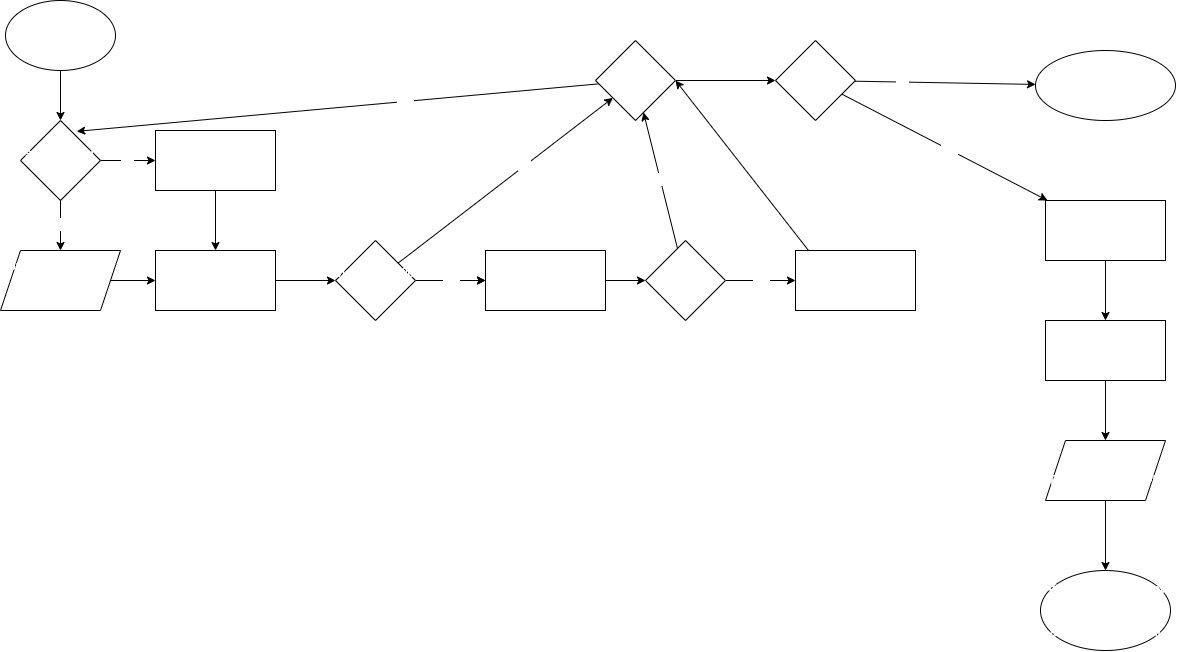
Above: explore/diagramming/diagram.drawio.png in vumary/fa22-cse110-lab4 (draw.io), before the change. Source tidied: cells renumbered, new cells last; positions are measured from the earlier drawing's top-left corner, leaving out a move shared by most shapes.
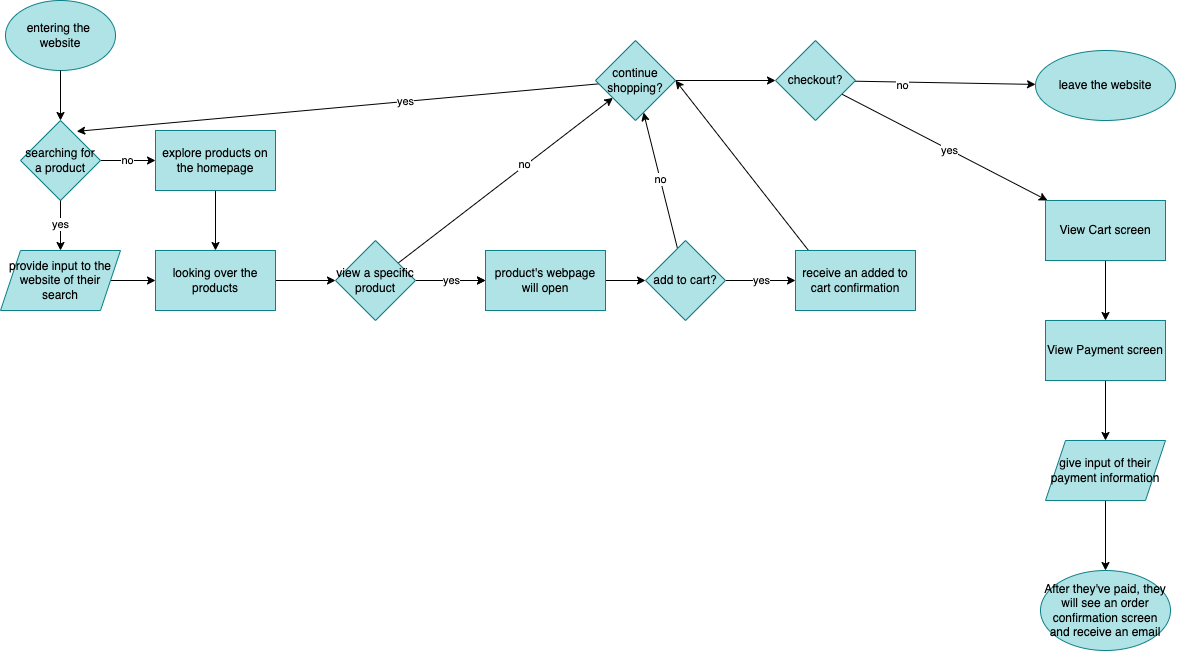
After the change.

Commit message:
fixed diagram so it's visable in light mode

The edit, as a diff of the source:
```diff
@@ -2,15 +2,15 @@
   <root>
     <mxCell id="0" />
     <mxCell id="1" parent="0" />
-    <mxCell id="2" value="no" style="edgeStyle=none;html=1;fontFamily=Helvetica;fontColor=#FFFFFF;" parent="1" edge="1" source="3">
+    <mxCell id="2" value="&lt;span style=&quot;background-color: rgb(255, 255, 255);&quot;&gt;&lt;font color=&quot;#000000&quot;&gt;no&lt;/font&gt;&lt;/span&gt;" style="edgeStyle=none;html=1;fontFamily=Helvetica;fontColor=#FFFFFF;" parent="1" edge="1" source="3">
       <mxGeometry relative="1" as="geometry">
         <mxPoint x="155" y="160" as="targetPoint" />
       </mxGeometry>
     </mxCell>
-    <mxCell id="3" value="&lt;font color=&quot;#ffffff&quot;&gt;searching for a product&lt;/font&gt;" style="rhombus;whiteSpace=wrap;html=1;fontFamily=Helvetica;fontColor=#000000;" parent="1" vertex="1">
+    <mxCell id="3" value="&lt;font color=&quot;#000000&quot;&gt;searching for a product&lt;/font&gt;" style="rhombus;whiteSpace=wrap;html=1;fontFamily=Helvetica;fillColor=#b0e3e6;strokeColor=#0e8088;" parent="1" vertex="1">
       <mxGeometry x="20" y="120" width="80" height="80" as="geometry" />
     </mxCell>
-    <mxCell id="4" value="&lt;font color=&quot;#ffffff&quot;&gt;entering the &lt;br&gt;website&lt;/font&gt;" style="ellipse;whiteSpace=wrap;html=1;fontFamily=Helvetica;fontColor=#000000;" parent="1" vertex="1">
+    <mxCell id="4" value="&lt;font color=&quot;#000000&quot;&gt;entering the &lt;br&gt;website&lt;/font&gt;" style="ellipse;whiteSpace=wrap;html=1;fontFamily=Helvetica;fillColor=#b0e3e6;strokeColor=#0e8088;" parent="1" vertex="1">
       <mxGeometry x="5" width="110" height="70" as="geometry" />
     </mxCell>
     <mxCell id="5" style="endArrow=classic;html=1;fontFamily=Helvetica;fontColor=#FFFFFF;entryX=0.5;entryY=0;entryDx=0;entryDy=0;" parent="1" edge="1" source="4" target="3">
@@ -19,22 +19,22 @@
     <mxCell id="6" style="edgeStyle=none;html=1;exitX=1;exitY=0.5;exitDx=0;exitDy=0;entryX=0;entryY=0.5;entryDx=0;entryDy=0;fontFamily=Helvetica;fontColor=#FFFFFF;" parent="1" edge="1" source="7" target="12">
       <mxGeometry relative="1" as="geometry" />
     </mxCell>
-    <mxCell id="7" value="provide input to the website of their search" style="shape=parallelogram;perimeter=parallelogramPerimeter;whiteSpace=wrap;html=1;fixedSize=1;fontFamily=Helvetica;fontColor=#FFFFFF;" parent="1" vertex="1">
+    <mxCell id="7" value="&lt;font color=&quot;#000000&quot;&gt;provide input to the website of their search&lt;/font&gt;" style="shape=parallelogram;perimeter=parallelogramPerimeter;whiteSpace=wrap;html=1;fixedSize=1;fontFamily=Helvetica;fillColor=#b0e3e6;strokeColor=#0e8088;" parent="1" vertex="1">
       <mxGeometry y="250" width="120" height="60" as="geometry" />
     </mxCell>
-    <mxCell id="8" value="yes" style="endArrow=classic;html=1;fontFamily=Helvetica;fontColor=#FFFFFF;exitX=0.5;exitY=1;exitDx=0;exitDy=0;entryX=0.5;entryY=0;entryDx=0;entryDy=0;" parent="1" edge="1" source="3" target="7">
+    <mxCell id="8" value="&lt;font style=&quot;background-color: rgb(255, 255, 255);&quot; color=&quot;#000000&quot;&gt;yes&lt;/font&gt;" style="endArrow=classic;html=1;fontFamily=Helvetica;fontColor=#FFFFFF;exitX=0.5;exitY=1;exitDx=0;exitDy=0;entryX=0.5;entryY=0;entryDx=0;entryDy=0;" parent="1" edge="1" source="3" target="7">
       <mxGeometry relative="1" as="geometry" />
     </mxCell>
     <mxCell id="9" style="edgeStyle=none;html=1;exitX=0.5;exitY=1;exitDx=0;exitDy=0;entryX=0.5;entryY=0;entryDx=0;entryDy=0;fontFamily=Helvetica;fontColor=#FFFFFF;" parent="1" edge="1" source="10" target="12">
       <mxGeometry relative="1" as="geometry" />
     </mxCell>
-    <mxCell id="10" value="explore products on the homepage" style="rounded=0;whiteSpace=wrap;html=1;fontFamily=Helvetica;fontColor=#FFFFFF;" parent="1" vertex="1">
+    <mxCell id="10" value="&lt;font color=&quot;#000000&quot;&gt;explore products on the homepage&lt;/font&gt;" style="rounded=0;whiteSpace=wrap;html=1;fontFamily=Helvetica;fillColor=#b0e3e6;strokeColor=#0e8088;" parent="1" vertex="1">
       <mxGeometry x="155" y="130" width="120" height="60" as="geometry" />
     </mxCell>
     <mxCell id="11" style="edgeStyle=none;html=1;fontFamily=Helvetica;fontColor=#FFFFFF;entryX=0;entryY=0.5;entryDx=0;entryDy=0;" parent="1" edge="1" source="12" target="28">
       <mxGeometry relative="1" as="geometry" />
     </mxCell>
-    <mxCell id="12" value="looking over the products" style="rounded=0;whiteSpace=wrap;html=1;fontFamily=Helvetica;fontColor=#FFFFFF;" parent="1" vertex="1">
+    <mxCell id="12" value="&lt;font color=&quot;#000000&quot;&gt;looking over the products&lt;/font&gt;" style="rounded=0;whiteSpace=wrap;html=1;fontFamily=Helvetica;fillColor=#b0e3e6;strokeColor=#0e8088;" parent="1" vertex="1">
       <mxGeometry x="155" y="250" width="120" height="60" as="geometry" />
     </mxCell>
     <mxCell id="13" style="edgeStyle=none;html=1;fontFamily=Helvetica;fontColor=#FFFFFF;" parent="1" edge="1" target="25">
@@ -42,88 +42,88 @@
         <mxPoint x="425" y="280" as="sourcePoint" />
       </mxGeometry>
     </mxCell>
-    <mxCell id="14" value="yes" style="edgeStyle=none;html=1;fontFamily=Helvetica;fontColor=#FFFFFF;exitX=1;exitY=0.5;exitDx=0;exitDy=0;" parent="1" edge="1" source="28" target="25">
+    <mxCell id="14" value="&lt;font style=&quot;background-color: rgb(255, 255, 255);&quot; color=&quot;#000000&quot;&gt;yes&lt;/font&gt;" style="edgeStyle=none;html=1;fontFamily=Helvetica;fontColor=#FFFFFF;exitX=1;exitY=0.5;exitDx=0;exitDy=0;" parent="1" edge="1" source="28" target="25">
       <mxGeometry relative="1" as="geometry" />
     </mxCell>
-    <mxCell id="15" value="yes" style="edgeStyle=none;html=1;fontFamily=Helvetica;fontColor=#FFFFFF;" parent="1" edge="1" source="17" target="19">
+    <mxCell id="15" value="&lt;font style=&quot;background-color: rgb(255, 255, 255);&quot; color=&quot;#000000&quot;&gt;yes&lt;/font&gt;" style="edgeStyle=none;html=1;fontFamily=Helvetica;fontColor=#FFFFFF;" parent="1" edge="1" source="17" target="19">
       <mxGeometry relative="1" as="geometry" />
     </mxCell>
-    <mxCell id="16" value="no" style="edgeStyle=none;html=1;fontFamily=Helvetica;fontColor=#FFFFFF;" parent="1" edge="1" source="17" target="23">
+    <mxCell id="16" value="&lt;font style=&quot;background-color: rgb(255, 255, 255);&quot; color=&quot;#000000&quot;&gt;no&lt;/font&gt;" style="edgeStyle=none;html=1;fontFamily=Helvetica;fontColor=#FFFFFF;" parent="1" edge="1" source="17" target="23">
       <mxGeometry relative="1" as="geometry" />
     </mxCell>
-    <mxCell id="17" value="add to cart?" style="rhombus;whiteSpace=wrap;html=1;fontColor=#FFFFFF;rounded=0;" parent="1" vertex="1">
+    <mxCell id="17" value="&lt;font color=&quot;#000000&quot;&gt;add to cart?&lt;/font&gt;" style="rhombus;whiteSpace=wrap;html=1;rounded=0;fillColor=#b0e3e6;strokeColor=#0e8088;" parent="1" vertex="1">
       <mxGeometry x="645" y="240" width="80" height="80" as="geometry" />
     </mxCell>
     <mxCell id="18" style="edgeStyle=none;html=1;exitX=0.5;exitY=1;exitDx=0;exitDy=0;entryX=1;entryY=0.5;entryDx=0;entryDy=0;fontFamily=Helvetica;fontColor=#FFFFFF;" parent="1" edge="1" source="19" target="23">
       <mxGeometry relative="1" as="geometry" />
     </mxCell>
-    <mxCell id="19" value="receive an added to cart confirmation" style="whiteSpace=wrap;html=1;fontColor=#FFFFFF;rounded=0;" parent="1" vertex="1">
+    <mxCell id="19" value="&lt;font color=&quot;#000000&quot;&gt;receive an added to cart confirmation&lt;/font&gt;" style="whiteSpace=wrap;html=1;rounded=0;fillColor=#b0e3e6;strokeColor=#0e8088;" parent="1" vertex="1">
       <mxGeometry x="795" y="250" width="120" height="60" as="geometry" />
     </mxCell>
     <mxCell id="20" style="edgeStyle=none;html=1;entryX=0.703;entryY=0.136;entryDx=0;entryDy=0;entryPerimeter=0;fontFamily=Helvetica;fontColor=#FFFFFF;" parent="1" edge="1" source="23" target="3">
       <mxGeometry relative="1" as="geometry" />
     </mxCell>
-    <mxCell id="21" value="yes" style="edgeLabel;html=1;align=center;verticalAlign=middle;fontFamily=Helvetica;fontColor=#FFFFFF;" parent="20" vertex="1">
+    <mxCell id="21" value="&lt;font style=&quot;background-color: rgb(255, 255, 255);&quot; color=&quot;#000000&quot;&gt;yes&lt;/font&gt;" style="edgeLabel;html=1;align=center;verticalAlign=middle;fontFamily=Helvetica;fontColor=#FFFFFF;" parent="20" vertex="1">
       <mxGeometry x="-0.26" y="-1" relative="1" as="geometry" />
     </mxCell>
     <mxCell id="22" style="edgeStyle=none;html=1;fontFamily=Helvetica;fontColor=#FFFFFF;" parent="1" edge="1" source="23" target="33">
       <mxGeometry relative="1" as="geometry" />
     </mxCell>
-    <mxCell id="23" value="continue shopping?" style="rhombus;whiteSpace=wrap;html=1;fontColor=#FFFFFF;rounded=0;" parent="1" vertex="1">
+    <mxCell id="23" value="&lt;font color=&quot;#000000&quot;&gt;continue shopping?&lt;/font&gt;" style="rhombus;whiteSpace=wrap;html=1;rounded=0;fillColor=#b0e3e6;strokeColor=#0e8088;" parent="1" vertex="1">
       <mxGeometry x="595" y="40" width="80" height="80" as="geometry" />
     </mxCell>
     <mxCell id="24" style="edgeStyle=none;html=1;entryX=0;entryY=0.5;entryDx=0;entryDy=0;fontFamily=Helvetica;fontColor=#FFFFFF;" parent="1" edge="1" source="25" target="17">
       <mxGeometry relative="1" as="geometry" />
     </mxCell>
-    <mxCell id="25" value="product's webpage will open" style="whiteSpace=wrap;html=1;fontColor=#FFFFFF;rounded=0;" parent="1" vertex="1">
+    <mxCell id="25" value="&lt;font color=&quot;#000000&quot;&gt;product's webpage will open&lt;/font&gt;" style="whiteSpace=wrap;html=1;rounded=0;fillColor=#b0e3e6;strokeColor=#0e8088;" parent="1" vertex="1">
       <mxGeometry x="485" y="250" width="120" height="60" as="geometry" />
     </mxCell>
     <mxCell id="26" style="edgeStyle=none;html=1;fontFamily=Helvetica;fontColor=#FFFFFF;" parent="1" edge="1" source="28" target="23">
       <mxGeometry relative="1" as="geometry" />
     </mxCell>
-    <mxCell id="27" value="no" style="edgeLabel;html=1;align=center;verticalAlign=middle;fontFamily=Helvetica;fontColor=#FFFFFF;" parent="26" vertex="1">
+    <mxCell id="27" value="&lt;font style=&quot;background-color: rgb(255, 255, 255);&quot; color=&quot;#000000&quot;&gt;no&lt;/font&gt;" style="edgeLabel;html=1;align=center;verticalAlign=middle;fontFamily=Helvetica;fontColor=#FFFFFF;" parent="26" vertex="1">
       <mxGeometry x="0.19" y="3" relative="1" as="geometry" />
     </mxCell>
-    <mxCell id="28" value="view a specific product" style="rhombus;whiteSpace=wrap;html=1;fontFamily=Helvetica;fontColor=#FFFFFF;" parent="1" vertex="1">
+    <mxCell id="28" value="&lt;font color=&quot;#000000&quot;&gt;view a specific product&lt;/font&gt;" style="rhombus;whiteSpace=wrap;html=1;fontFamily=Helvetica;fillColor=#b0e3e6;strokeColor=#0e8088;" parent="1" vertex="1">
       <mxGeometry x="335" y="240" width="80" height="80" as="geometry" />
     </mxCell>
     <mxCell id="29" style="edgeStyle=none;html=1;fontFamily=Helvetica;fontColor=#FFFFFF;" parent="1" edge="1" source="33" target="34">
       <mxGeometry relative="1" as="geometry" />
     </mxCell>
-    <mxCell id="30" value="no" style="edgeLabel;html=1;align=center;verticalAlign=middle;fontFamily=Helvetica;fontColor=#FFFFFF;" parent="29" vertex="1">
+    <mxCell id="30" value="&lt;font style=&quot;background-color: rgb(255, 255, 255);&quot; color=&quot;#000000&quot;&gt;no&lt;/font&gt;" style="edgeLabel;html=1;align=center;verticalAlign=middle;fontFamily=Helvetica;fontColor=#FFFFFF;" parent="29" vertex="1">
       <mxGeometry x="-0.48" y="-2" relative="1" as="geometry" />
     </mxCell>
     <mxCell id="31" style="edgeStyle=none;html=1;fontFamily=Helvetica;fontColor=#FFFFFF;" parent="1" edge="1" source="33" target="36">
       <mxGeometry relative="1" as="geometry" />
     </mxCell>
-    <mxCell id="32" value="yes" style="edgeLabel;html=1;align=center;verticalAlign=middle;fontFamily=Helvetica;fontColor=#FFFFFF;" parent="31" vertex="1">
+    <mxCell id="32" value="&lt;font style=&quot;background-color: rgb(255, 255, 255);&quot; color=&quot;#000000&quot;&gt;yes&lt;/font&gt;" style="edgeLabel;html=1;align=center;verticalAlign=middle;fontFamily=Helvetica;fontColor=#FFFFFF;" parent="31" vertex="1">
       <mxGeometry x="0.03" relative="1" as="geometry" />
     </mxCell>
-    <mxCell id="33" value="checkout?" style="rhombus;whiteSpace=wrap;html=1;fontColor=#FFFFFF;rounded=0;" parent="1" vertex="1">
+    <mxCell id="33" value="&lt;font color=&quot;#000000&quot;&gt;checkout?&lt;/font&gt;" style="rhombus;whiteSpace=wrap;html=1;rounded=0;fillColor=#b0e3e6;strokeColor=#0e8088;" parent="1" vertex="1">
       <mxGeometry x="775" y="40" width="80" height="80" as="geometry" />
     </mxCell>
-    <mxCell id="34" value="leave the website" style="ellipse;whiteSpace=wrap;html=1;fontColor=#FFFFFF;rounded=0;" parent="1" vertex="1">
+    <mxCell id="34" value="&lt;font color=&quot;#000000&quot;&gt;leave the website&lt;/font&gt;" style="ellipse;whiteSpace=wrap;html=1;rounded=0;fillColor=#b0e3e6;strokeColor=#0e8088;" parent="1" vertex="1">
       <mxGeometry x="1035" y="50" width="140" height="70" as="geometry" />
     </mxCell>
     <mxCell id="35" style="edgeStyle=none;html=1;fontFamily=Helvetica;fontColor=#FFFFFF;" parent="1" edge="1" source="36" target="38">
       <mxGeometry relative="1" as="geometry" />
     </mxCell>
-    <mxCell id="36" value="View Cart screen" style="whiteSpace=wrap;html=1;fontColor=#FFFFFF;rounded=0;" parent="1" vertex="1">
+    <mxCell id="36" value="&lt;font color=&quot;#000000&quot;&gt;View Cart screen&lt;/font&gt;" style="whiteSpace=wrap;html=1;rounded=0;fillColor=#b0e3e6;strokeColor=#0e8088;" parent="1" vertex="1">
       <mxGeometry x="1045" y="200" width="120" height="60" as="geometry" />
     </mxCell>
     <mxCell id="37" style="edgeStyle=none;html=1;fontFamily=Helvetica;fontColor=#FFFFFF;" parent="1" edge="1" source="38" target="40">
       <mxGeometry relative="1" as="geometry" />
     </mxCell>
-    <mxCell id="38" value="View Payment screen" style="whiteSpace=wrap;html=1;fontColor=#FFFFFF;rounded=0;" parent="1" vertex="1">
+    <mxCell id="38" value="&lt;font color=&quot;#000000&quot;&gt;View Payment screen&lt;/font&gt;" style="whiteSpace=wrap;html=1;rounded=0;fillColor=#b0e3e6;strokeColor=#0e8088;" parent="1" vertex="1">
       <mxGeometry x="1045" y="320" width="120" height="60" as="geometry" />
     </mxCell>
     <mxCell id="39" style="edgeStyle=none;html=1;fontFamily=Helvetica;fontColor=#FFFFFF;" parent="1" edge="1" source="40" target="41">
       <mxGeometry relative="1" as="geometry" />
     </mxCell>
-    <mxCell id="40" value="give input of their payment information" style="shape=parallelogram;perimeter=parallelogramPerimeter;whiteSpace=wrap;html=1;fixedSize=1;fontFamily=Helvetica;fontColor=#FFFFFF;" parent="1" vertex="1">
+    <mxCell id="40" value="&lt;font color=&quot;#000000&quot;&gt;give input of their payment information&lt;/font&gt;" style="shape=parallelogram;perimeter=parallelogramPerimeter;whiteSpace=wrap;html=1;fixedSize=1;fontFamily=Helvetica;fillColor=#b0e3e6;strokeColor=#0e8088;" parent="1" vertex="1">
       <mxGeometry x="1045" y="440" width="120" height="60" as="geometry" />
     </mxCell>
-    <mxCell id="41" value="After they've paid, they will see an order confirmation screen and receive an email" style="ellipse;whiteSpace=wrap;html=1;fontColor=#FFFFFF;" parent="1" vertex="1">
+    <mxCell id="41" value="&lt;font color=&quot;#000000&quot;&gt;After they've paid, they will see an order confirmation screen and receive an email&lt;/font&gt;" style="ellipse;whiteSpace=wrap;html=1;fillColor=#b0e3e6;strokeColor=#0e8088;" parent="1" vertex="1">
       <mxGeometry x="1040" y="570" width="130" height="80" as="geometry" />
     </mxCell>
   </root>
```
